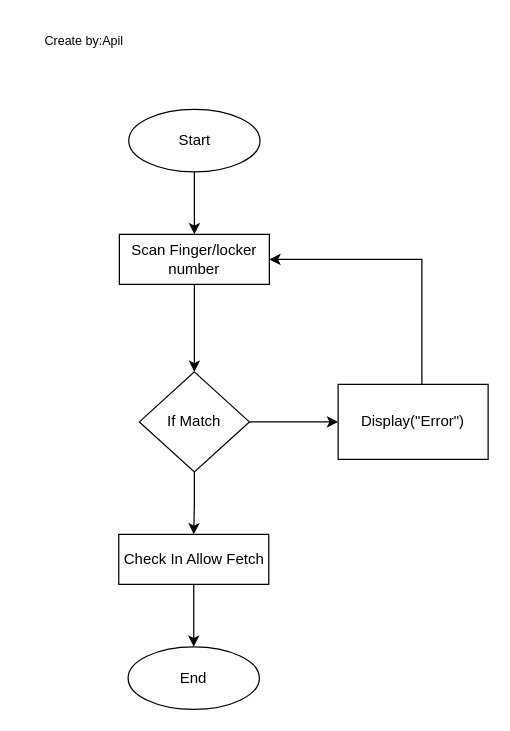
Before: FLowChart/CheckOut_FlowChart.drawio in ApilLamsal/My-Work-For-Draw.io, a draw.io diagram. Source tidied: cells renumbered, new cells numbered last; positions are measured from the earlier drawing's top-left corner, leaving out a move shared by most shapes. Both pictures are drawn from the tidied source at 125%, with x=0, y=0 at pixel (21, 21).
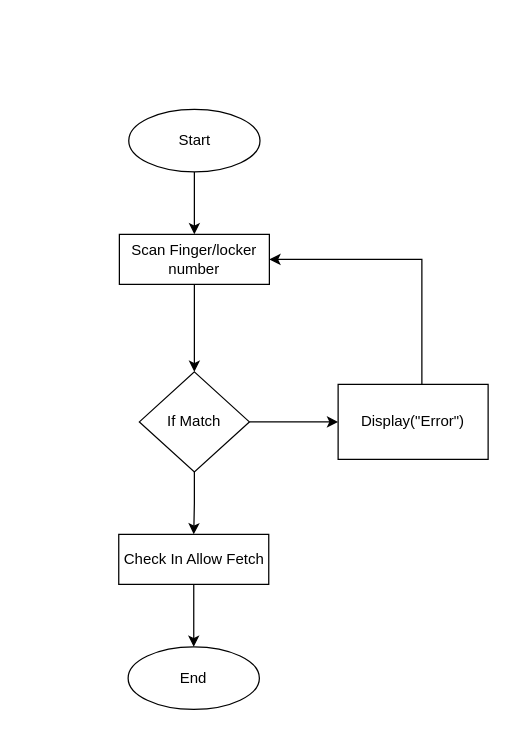
After the change.

The edit, as a diff of the source:
```diff
@@
 <mxGraphModel>
   <root>
     <mxCell id="0" />
     <mxCell id="1" parent="0" />
     <mxCell id="2" style="edgeStyle=orthogonalEdgeStyle;rounded=0;jettySize=auto;html=1;" parent="1" edge="1" source="3" target="9">
       <mxGeometry relative="1" as="geometry" />
     </mxCell>
     <mxCell id="3" value="Scan Finger/locker number" style="rounded=0;whiteSpace=wrap;html=1;" parent="1" vertex="1">
       <mxGeometry x="78" y="170" width="120" height="40" as="geometry" />
     </mxCell>
     <mxCell id="4" style="edgeStyle=orthogonalEdgeStyle;rounded=0;jettySize=auto;html=1;entryX=0.5;entryY=0;entryDx=0;entryDy=0;" parent="1" edge="1" source="5" target="6">
       <mxGeometry relative="1" as="geometry" />
     </mxCell>
     <mxCell id="5" value="Check In Allow Fetch" style="rounded=0;whiteSpace=wrap;html=1;" parent="1" vertex="1">
       <mxGeometry x="77.5" y="410" width="120" height="40" as="geometry" />
     </mxCell>
     <mxCell id="6" value="End" style="ellipse;whiteSpace=wrap;html=1;" parent="1" vertex="1">
       <mxGeometry x="85" y="500" width="105" height="50" as="geometry" />
     </mxCell>
     <mxCell id="7" style="edgeStyle=orthogonalEdgeStyle;rounded=0;jettySize=auto;html=1;" parent="1" edge="1" source="9" target="11">
       <mxGeometry relative="1" as="geometry" />
     </mxCell>
     <mxCell id="8" style="edgeStyle=orthogonalEdgeStyle;rounded=0;jettySize=auto;html=1;entryX=0.5;entryY=0;entryDx=0;entryDy=0;" parent="1" edge="1" source="9" target="5">
       <mxGeometry relative="1" as="geometry" />
     </mxCell>
     <mxCell id="9" value="If Match" style="rhombus;whiteSpace=wrap;html=1;" parent="1" vertex="1">
       <mxGeometry x="94" y="280" width="88" height="80" as="geometry" />
     </mxCell>
     <mxCell id="10" style="edgeStyle=orthogonalEdgeStyle;rounded=0;jettySize=auto;html=1;entryX=1;entryY=0.5;entryDx=0;entryDy=0;" parent="1" edge="1" source="11" target="3">
       <mxGeometry relative="1" as="geometry">
         <Array as="points">
           <mxPoint x="320" y="190" />
         </Array>
       </mxGeometry>
     </mxCell>
     <mxCell id="11" value="Display(&quot;Error&quot;)" style="whiteSpace=wrap;html=1;" parent="1" vertex="1">
       <mxGeometry x="253" y="290" width="120" height="60" as="geometry" />
     </mxCell>
     <mxCell id="12" style="edgeStyle=orthogonalEdgeStyle;rounded=0;jettySize=auto;html=1;entryX=0.5;entryY=0;entryDx=0;entryDy=0;" parent="1" edge="1" source="13" target="3">
       <mxGeometry relative="1" as="geometry" />
     </mxCell>
     <mxCell id="13" value="Start" style="ellipse;whiteSpace=wrap;html=1;" parent="1" vertex="1">
       <mxGeometry x="85.5" y="70" width="105" height="50" as="geometry" />
     </mxCell>
-    <mxCell id="14" value="&lt;font style=&quot;font-size: 10px;&quot;&gt;Create by:Apil&lt;/font&gt;" style="text;html=1;strokeColor=none;fillColor=none;align=center;verticalAlign=middle;whiteSpace=wrap;rounded=0;fontSize=10;" parent="1" vertex="1">
-      <mxGeometry width="100" height="30" as="geometry" />
-    </mxCell>
   </root>
 </mxGraphModel>
```
